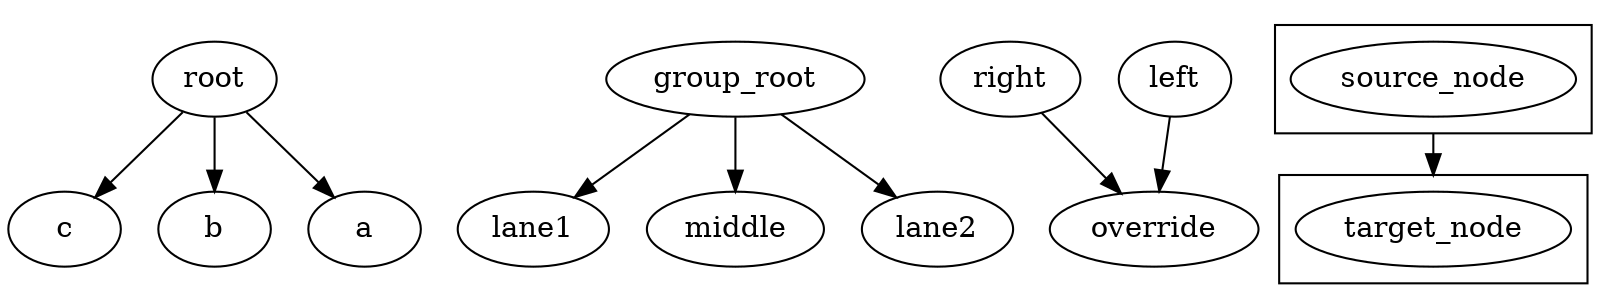
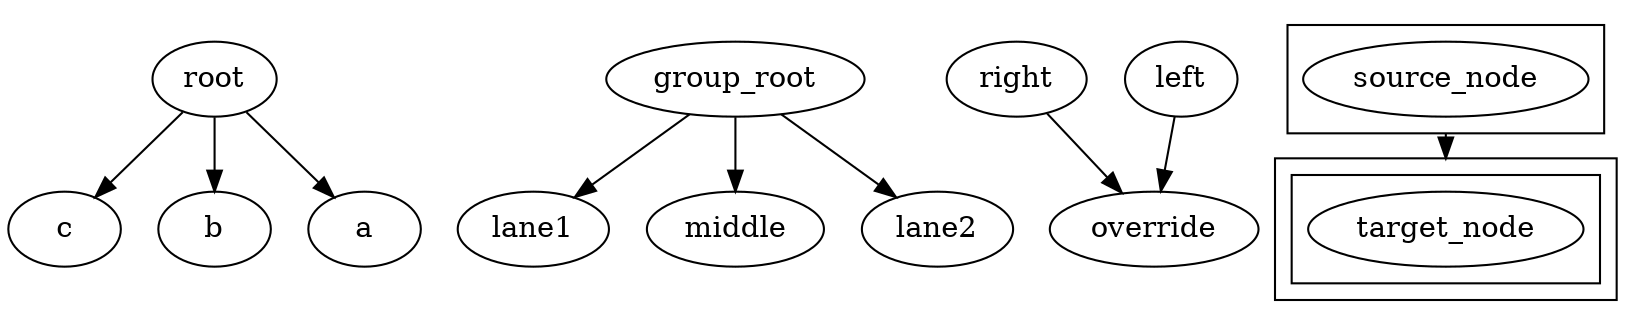
digraph OrderingGroups {
  graph [ordering=out, newrank=true, compound=true]

  a
  b
  c
  root -> c
  root -> b
  root -> a

  lane1 [group=lane]
  middle
  lane2 [group=lane]
  group_root [ordering=in]
  group_root -> lane1
  group_root -> middle
  group_root -> lane2

  right
  left
  override [ordering=in]
  left -> override
  right -> override

  subgraph cluster_source { source_node }
-   subgraph cluster_target { target_node }
+   subgraph cluster_target { subgraph cluster_inner { target_node } }
  source_node -> target_node [ltail=cluster_source, lhead=cluster_target]
}
